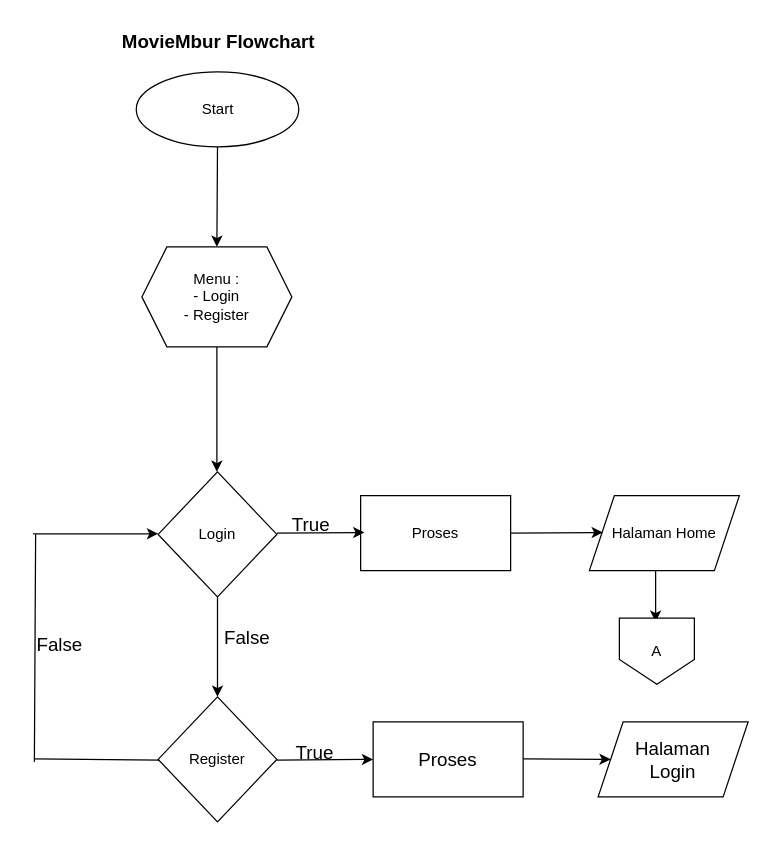
The draw.io diagram page "Page-1" (1 of 6) of src/assets/Flowchart React/Uas_React Fadllan_Rizky.drawio in FadllanRizky/uas_fadllan, before the edit. Source tidied: cells renumbered, new cells numbered last; positions are measured from the earlier drawing's top-left corner, leaving out a move shared by most shapes. Both pictures are drawn from the tidied source at 125%, with x=0, y=0 at pixel (21, 21).
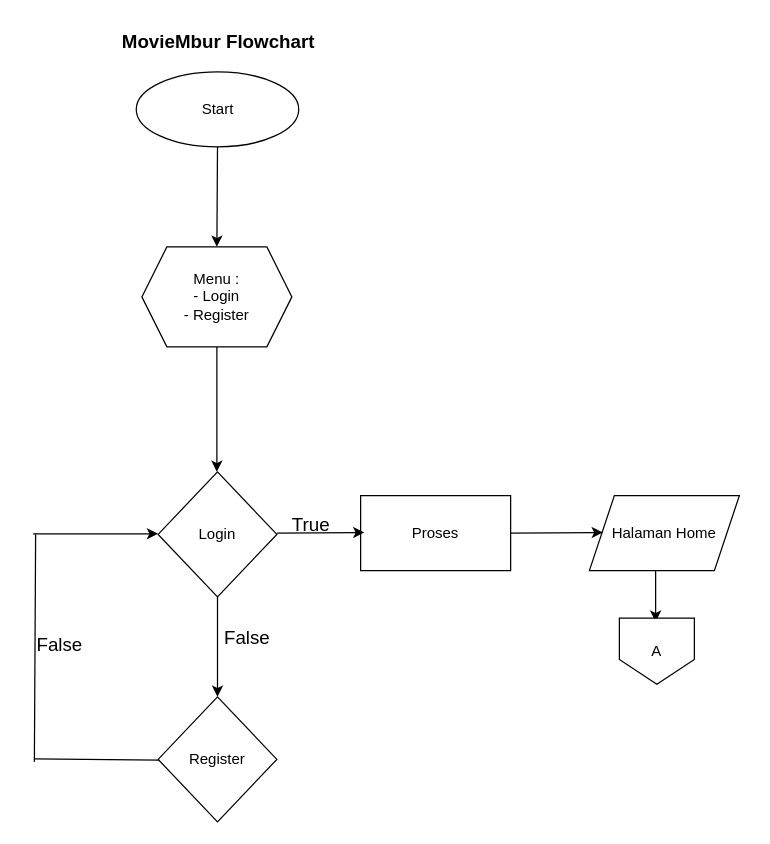
The same page after the edit.

Diff of the diagram source:
```diff
@@
-    <mxCell id="16" style="endArrow=classic;html=1;rounded=0;fontSize=15;" parent="1" edge="1">
-      <mxGeometry relative="1" as="geometry">
-        <mxPoint x="204" y="590.5" as="sourcePoint" />
-        <mxPoint x="281" y="590" as="targetPoint" />
-      </mxGeometry>
-    </mxCell>
-    <mxCell id="17" value="Proses" style="rounded=0;whiteSpace=wrap;html=1;strokeWidth=1;fontSize=15;" parent="1" vertex="1">
-      <mxGeometry x="281" y="560" width="120" height="60" as="geometry" />
-    </mxCell>
-    <mxCell id="18" style="endArrow=classic;html=1;rounded=0;fontSize=15;" parent="1" edge="1">
-      <mxGeometry relative="1" as="geometry">
-        <mxPoint x="401" y="589.5" as="sourcePoint" />
-        <mxPoint x="471" y="590" as="targetPoint" />
-      </mxGeometry>
-    </mxCell>
-    <mxCell id="19" value="Halaman &lt;br&gt;Login" style="shape=parallelogram;perimeter=parallelogramPerimeter;whiteSpace=wrap;html=1;fixedSize=1;strokeWidth=1;fontSize=15;" parent="1" vertex="1">
-      <mxGeometry x="461" y="560" width="120" height="60" as="geometry" />
-    </mxCell>
-    <mxCell id="20" value="True" style="text;html=1;align=center;verticalAlign=middle;strokeColor=none;fillColor=none;fontSize=15;" parent="1" vertex="1">
-      <mxGeometry x="209" y="569" width="50" height="30" as="geometry" />
-    </mxCell>
```
